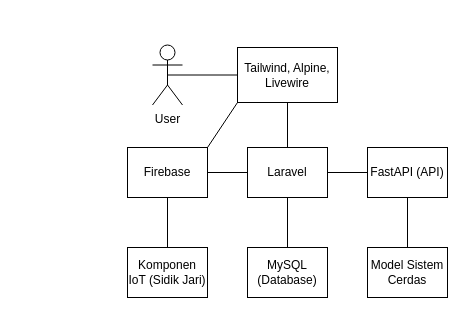
Above: docs/antarmuka.drawio in codebaradev/Simlab (draw.io), before the change. Source tidied: cells renumbered, new cells numbered last; positions are measured from the earlier drawing's top-left corner, leaving out a move shared by most shapes. Both pictures are drawn from the tidied source at 100%, with x=0, y=0 at pixel (127, 45).
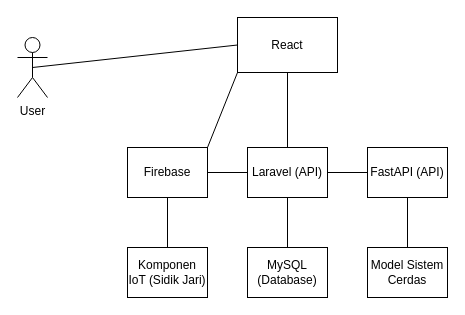
The same page after the edit.

What changed in the source:
```diff
@@
 <mxGraphModel>
   <root>
     <mxCell id="0" />
     <mxCell id="1" parent="0" />
     <mxCell id="2" style="edgeStyle=none;html=1;exitX=0.5;exitY=0.5;exitDx=0;exitDy=0;exitPerimeter=0;entryX=0;entryY=0.5;entryDx=0;entryDy=0;endArrow=none;endFill=0;" parent="1" edge="1" source="3" target="6">
       <mxGeometry relative="1" as="geometry" />
     </mxCell>
     <mxCell id="3" value="User" style="shape=umlActor;verticalLabelPosition=bottom;verticalAlign=top;html=1;outlineConnect=0;" parent="1" vertex="1">
-      <mxGeometry x="25" y="-0.5" width="30" height="60" as="geometry" />
+      <mxGeometry x="-110" y="-8" width="30" height="60" as="geometry" />
     </mxCell>
     <mxCell id="4" style="edgeStyle=none;html=1;endArrow=none;endFill=0;" parent="1" edge="1" source="6" target="9">
       <mxGeometry relative="1" as="geometry" />
     </mxCell>
     <mxCell id="5" style="edgeStyle=none;html=1;endArrow=none;endFill=0;" parent="1" edge="1" source="9" target="17">
       <mxGeometry relative="1" as="geometry" />
     </mxCell>
-    <mxCell id="6" value="Tailwind, Alpine, Livewire" style="rounded=0;whiteSpace=wrap;html=1;" parent="1" vertex="1">
-      <mxGeometry x="110" y="2" width="100" height="55" as="geometry" />
+    <mxCell id="6" value="React" style="rounded=0;whiteSpace=wrap;html=1;" parent="1" vertex="1">
+      <mxGeometry x="110" y="-28" width="100" height="55" as="geometry" />
     </mxCell>
     <mxCell id="7" style="edgeStyle=none;html=1;exitX=0.5;exitY=1;exitDx=0;exitDy=0;entryX=0.5;entryY=0;entryDx=0;entryDy=0;endArrow=none;endFill=0;" parent="1" edge="1" source="9" target="10">
       <mxGeometry relative="1" as="geometry" />
     </mxCell>
     <mxCell id="8" style="edgeStyle=none;html=1;exitX=1;exitY=0.5;exitDx=0;exitDy=0;entryX=0;entryY=0.5;entryDx=0;entryDy=0;endArrow=none;endFill=0;" parent="1" edge="1" source="9" target="13">
       <mxGeometry relative="1" as="geometry" />
     </mxCell>
-    <mxCell id="9" value="Laravel" style="rounded=0;whiteSpace=wrap;html=1;" parent="1" vertex="1">
+    <mxCell id="9" value="Laravel (API)" style="rounded=0;whiteSpace=wrap;html=1;" parent="1" vertex="1">
       <mxGeometry x="120" y="102" width="80" height="50" as="geometry" />
     </mxCell>
     <mxCell id="10" value="MySQL (Database)" style="rounded=0;whiteSpace=wrap;html=1;" parent="1" vertex="1">
       <mxGeometry x="120" y="202" width="80" height="50" as="geometry" />
     </mxCell>
     <mxCell id="11" value="Model Sistem Cerdas" style="rounded=0;whiteSpace=wrap;html=1;" parent="1" vertex="1">
       <mxGeometry x="240" y="202" width="80" height="50" as="geometry" />
     </mxCell>
     <mxCell id="12" style="edgeStyle=none;html=1;exitX=0.5;exitY=1;exitDx=0;exitDy=0;entryX=0.5;entryY=0;entryDx=0;entryDy=0;endArrow=none;endFill=0;" parent="1" edge="1" source="13" target="11">
       <mxGeometry relative="1" as="geometry" />
     </mxCell>
     <mxCell id="13" value="FastAPI (API)" style="rounded=0;whiteSpace=wrap;html=1;" parent="1" vertex="1">
       <mxGeometry x="240" y="102" width="80" height="50" as="geometry" />
     </mxCell>
     <mxCell id="14" value="Komponen IoT (Sidik Jari)" style="rounded=0;whiteSpace=wrap;html=1;" parent="1" vertex="1">
       <mxGeometry y="202" width="80" height="50" as="geometry" />
     </mxCell>
     <mxCell id="15" style="edgeStyle=none;html=1;exitX=0.5;exitY=1;exitDx=0;exitDy=0;endArrow=none;endFill=0;" parent="1" edge="1" source="17" target="14">
       <mxGeometry relative="1" as="geometry" />
     </mxCell>
     <mxCell id="16" style="edgeStyle=none;html=1;exitX=1;exitY=0;exitDx=0;exitDy=0;entryX=0;entryY=1;entryDx=0;entryDy=0;endArrow=none;endFill=0;" parent="1" edge="1" source="17" target="6">
       <mxGeometry relative="1" as="geometry" />
     </mxCell>
     <mxCell id="17" value="Firebase" style="rounded=0;whiteSpace=wrap;html=1;" parent="1" vertex="1">
       <mxGeometry y="102" width="80" height="50" as="geometry" />
     </mxCell>
   </root>
 </mxGraphModel>
```
